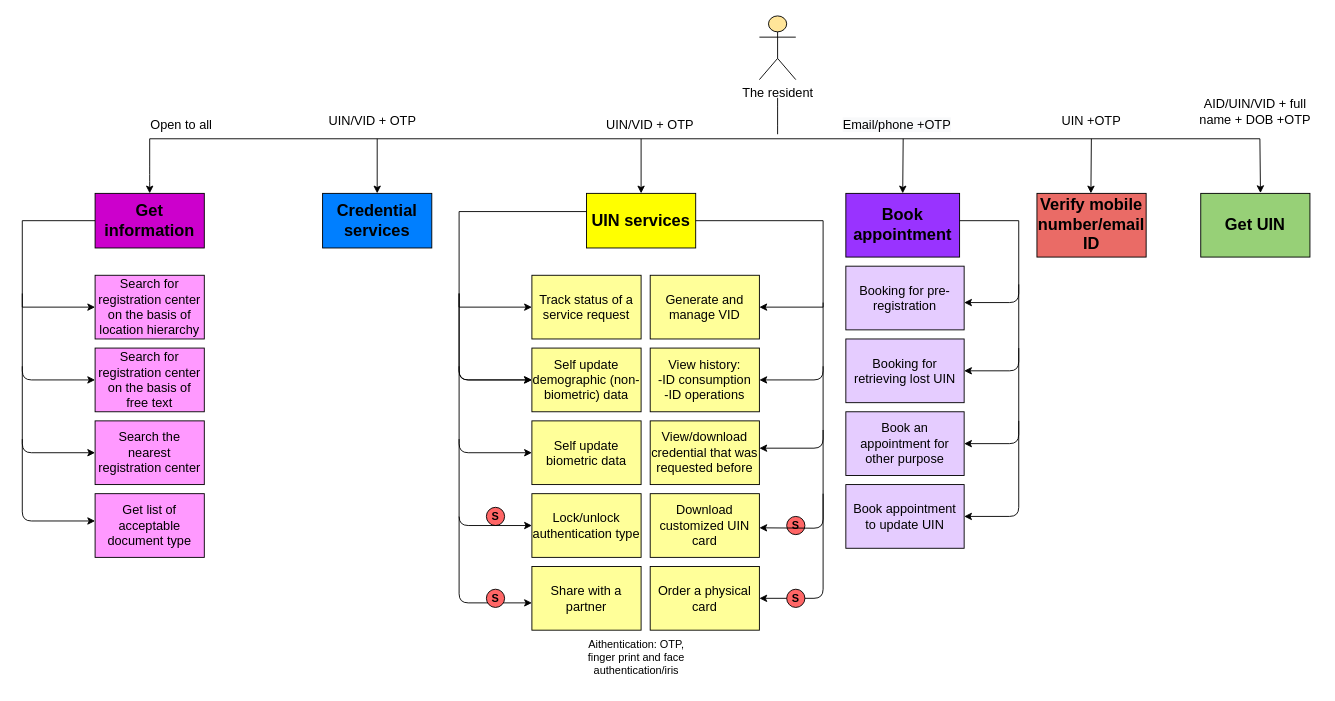
This is resident-services-flow-chart/browser-feature-list.drawio from singhpragya279/Resident_services, a draw.io file, before an edit. Source tidied: cells renumbered, new cells numbered last; positions are measured from the earlier drawing's top-left corner, leaving out a move shared by most shapes. Both pictures are drawn from the tidied source at 91%, with x=0, y=0 at pixel (22, 15).
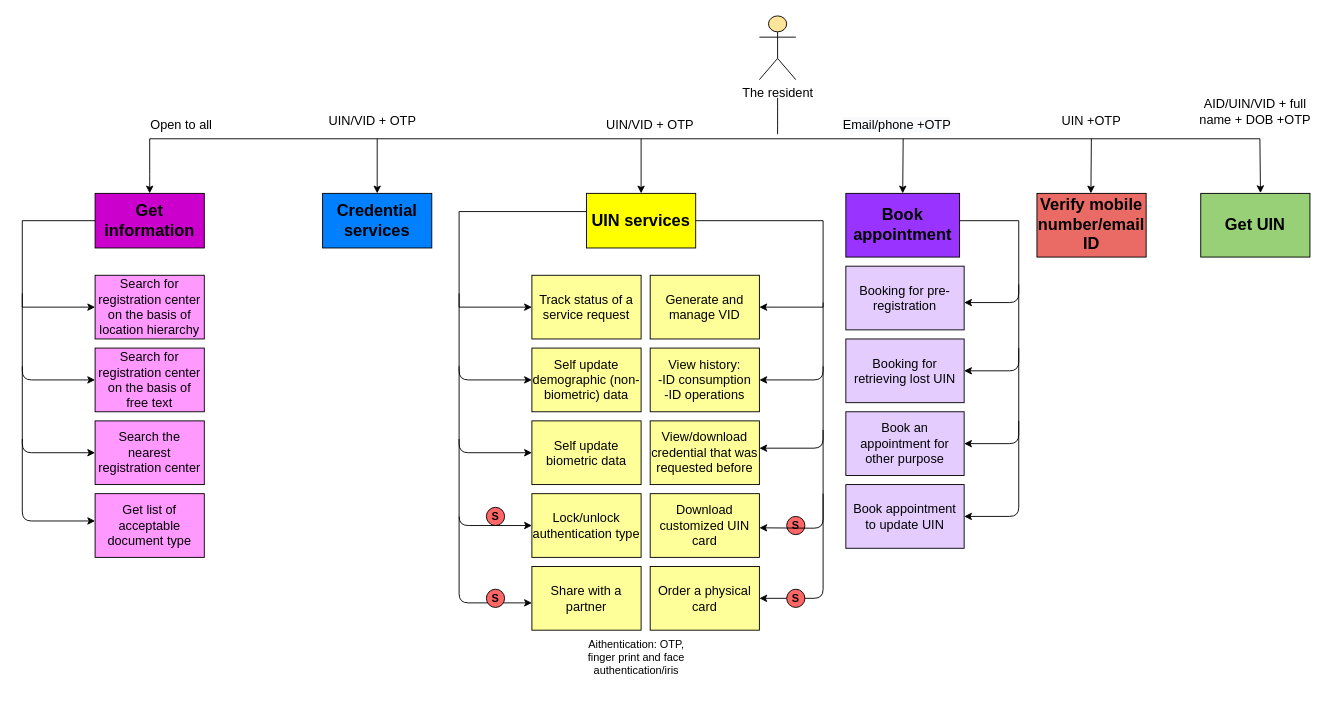
The same diagram, later.

Diff of the diagram source:
```diff
@@
-    <mxCell id="37" style="endArrow=classic;html=1;entryX=0;entryY=0.5;entryDx=0;entryDy=0;" parent="1" edge="1">
-      <mxGeometry relative="1" as="geometry">
-        <mxPoint x="480" y="305" as="sourcePoint" />
-        <mxPoint x="560" y="400" as="targetPoint" />
-        <Array as="points">
-          <mxPoint x="480" y="400" />
-        </Array>
-      </mxGeometry>
-    </mxCell>
```
